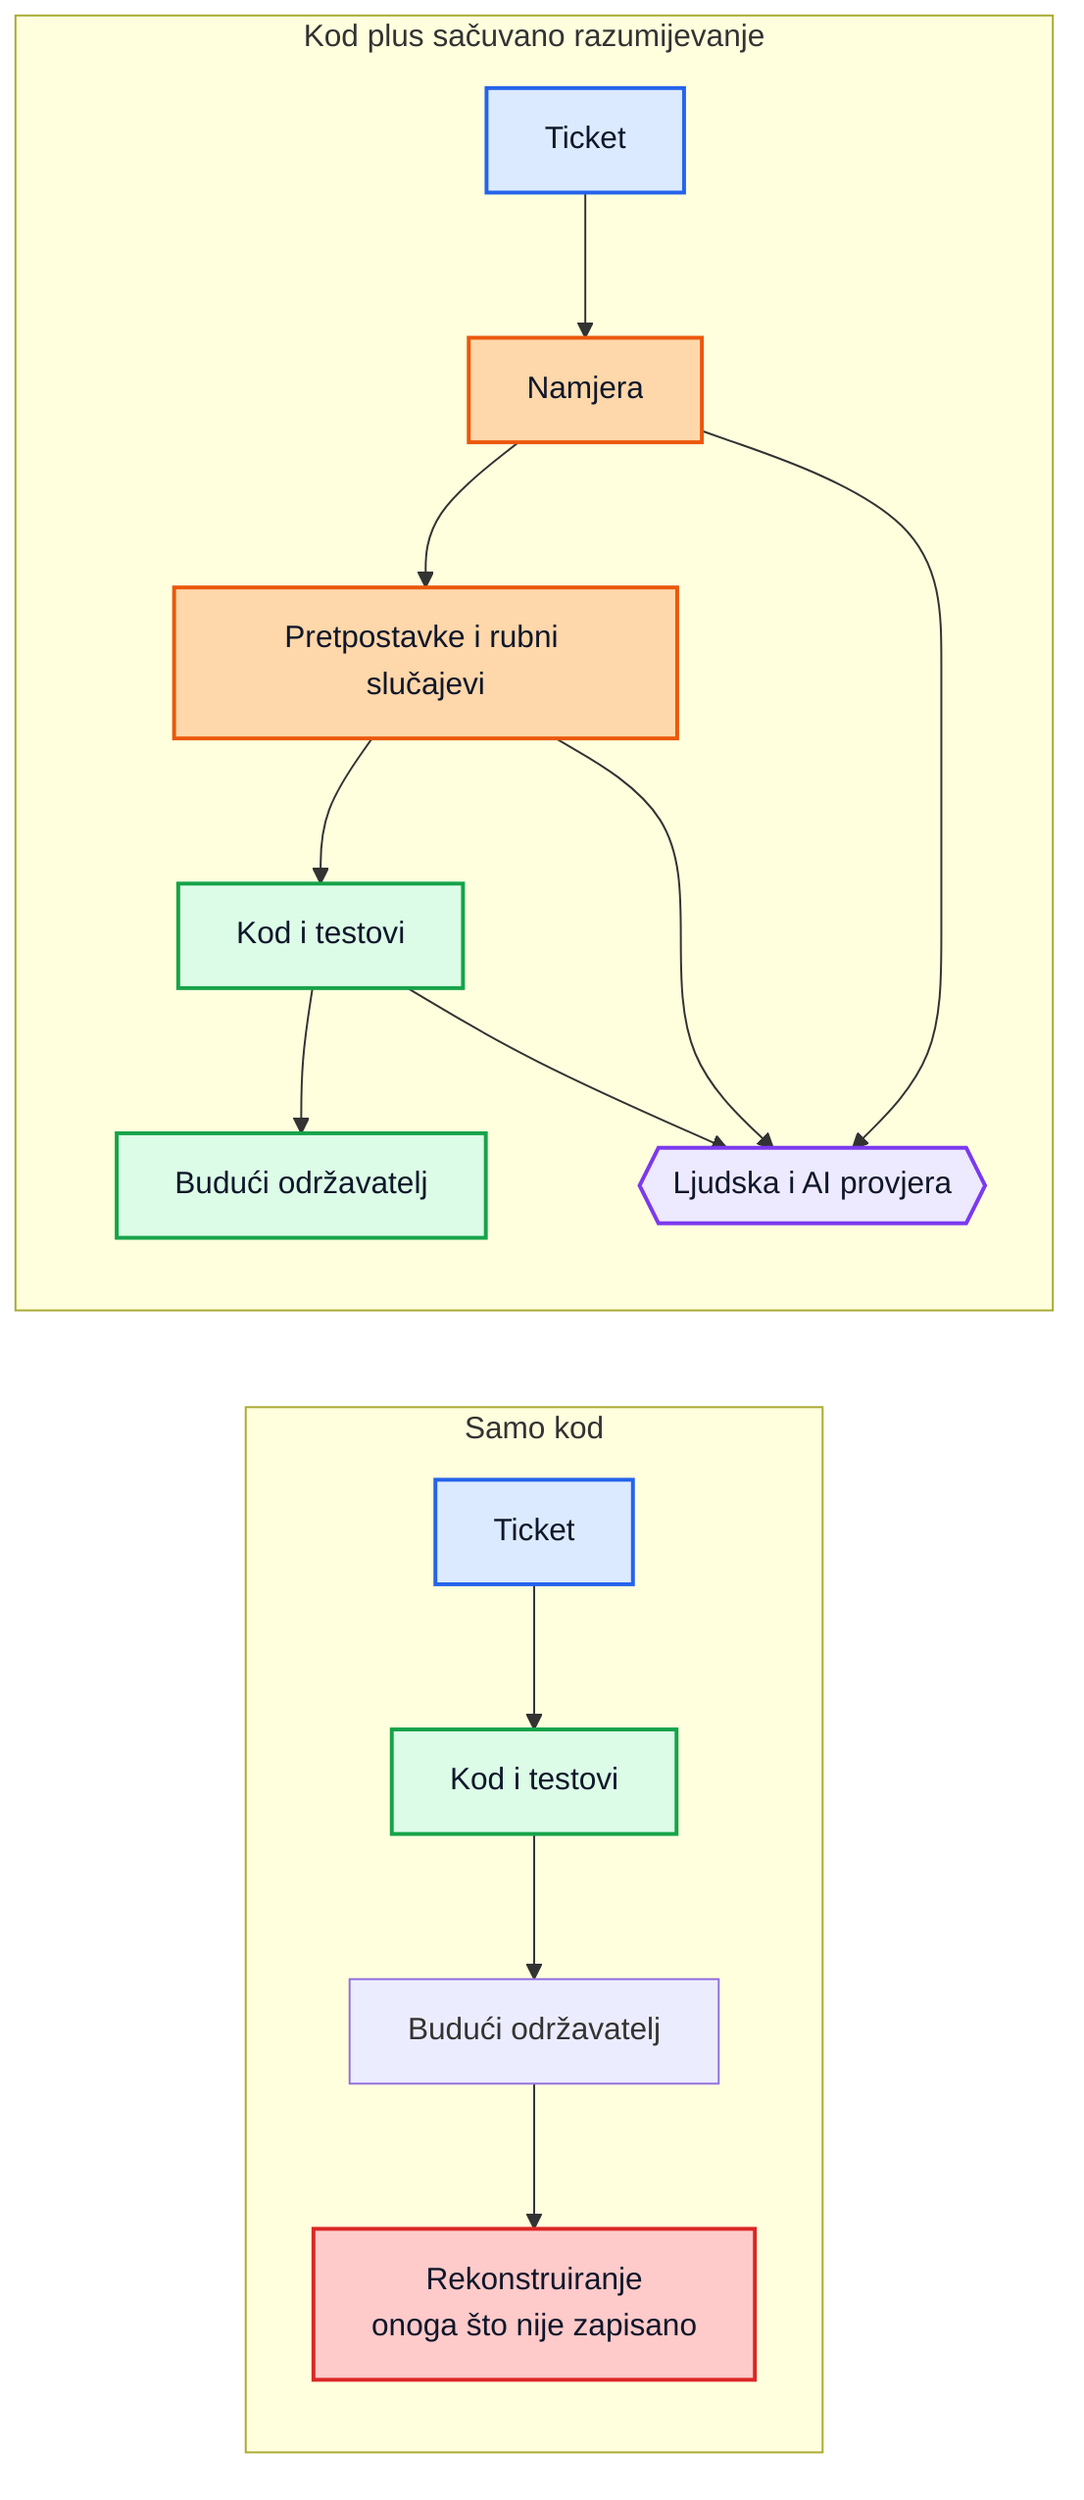
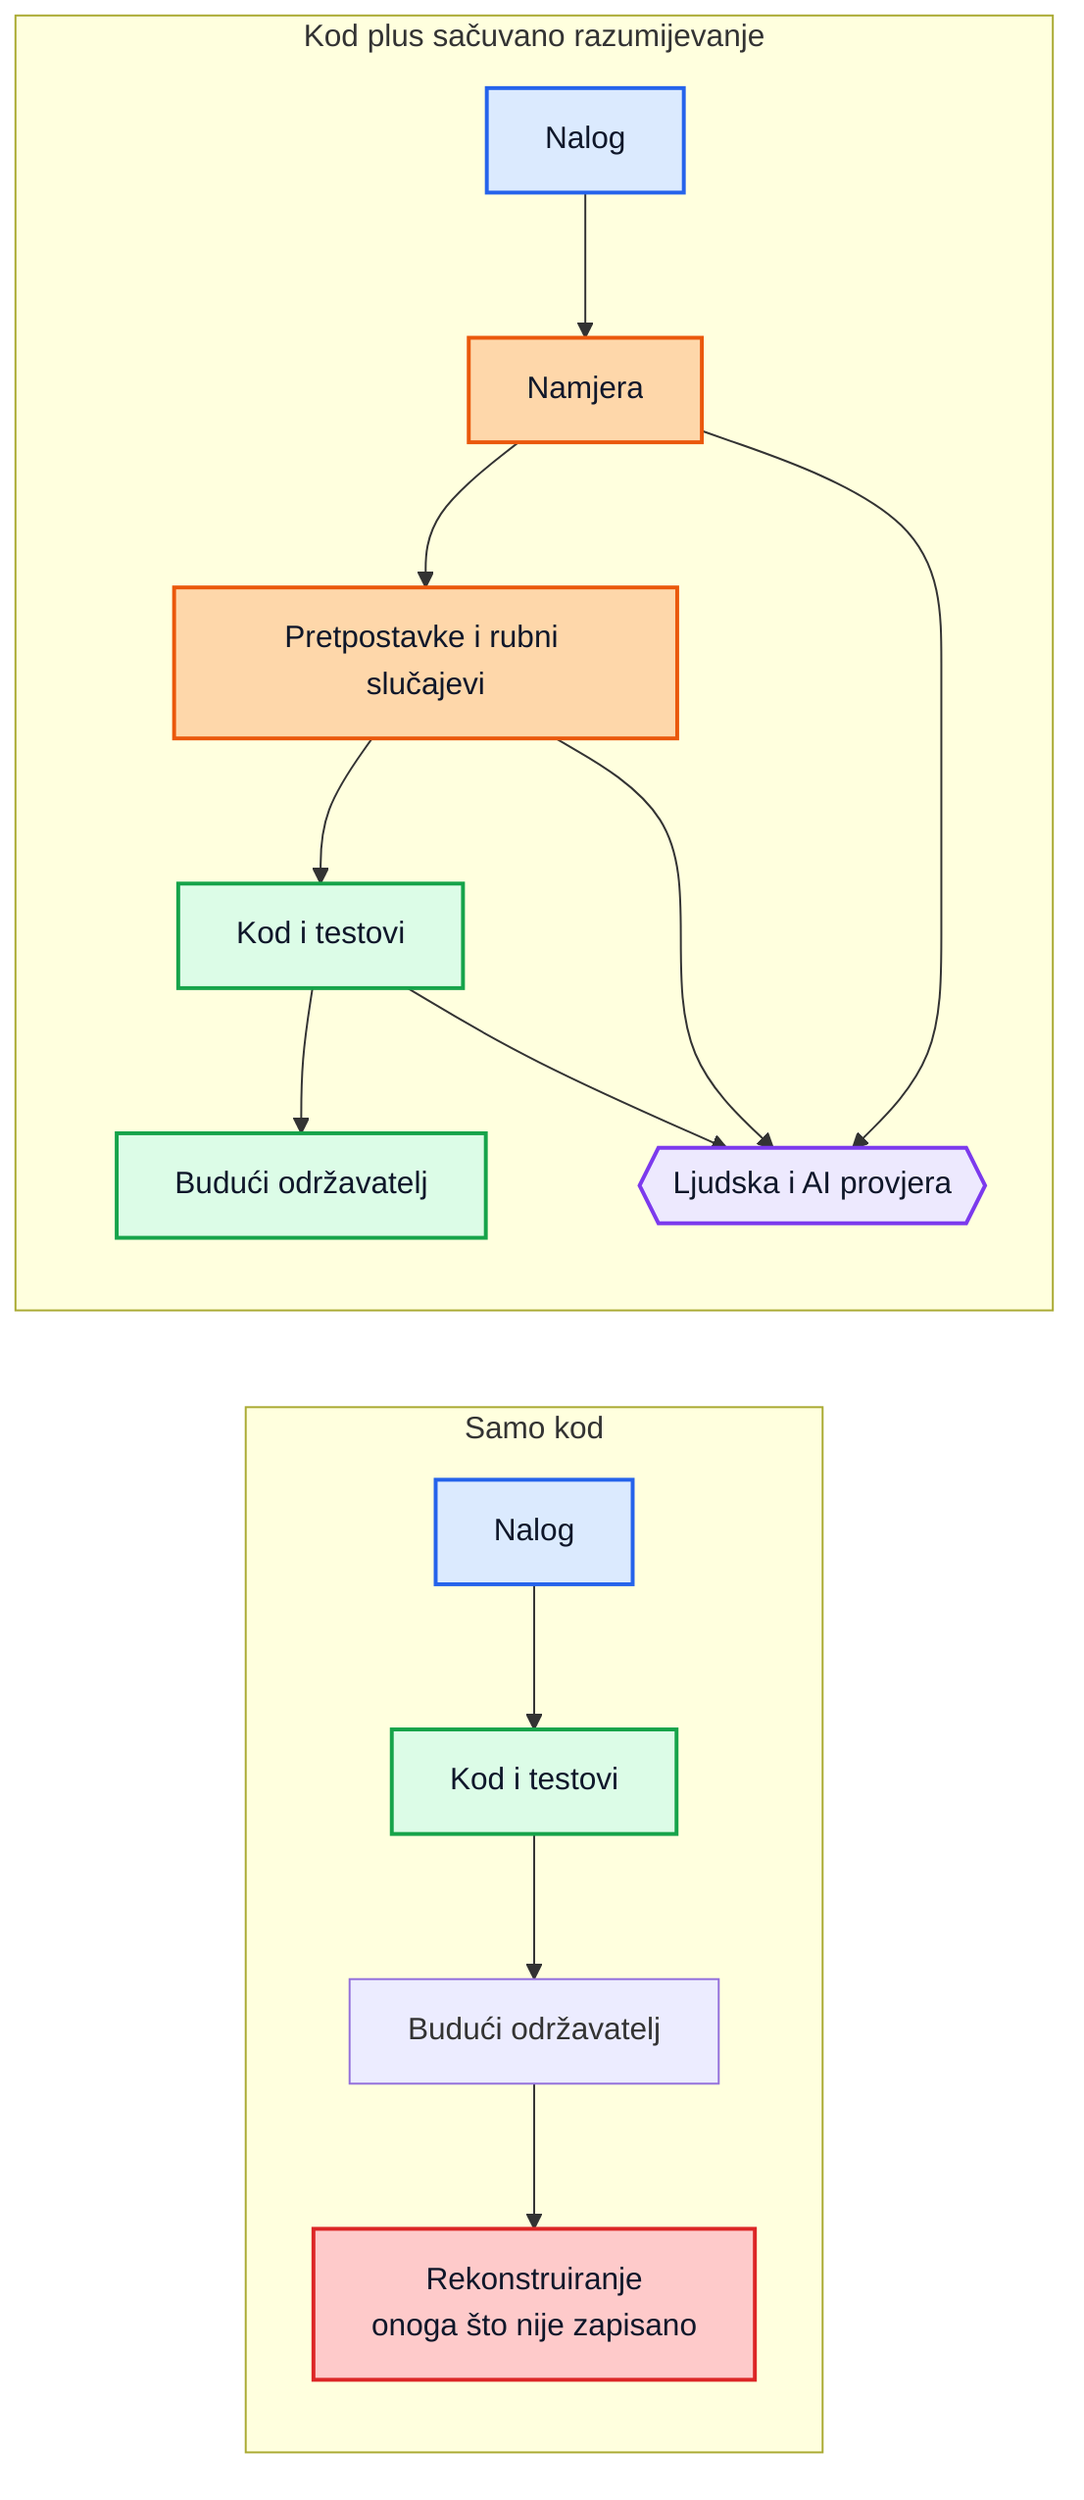
%% Blue = specification or source of truth.
%% Orange = inferred intent and preserved understanding.
%% Green = implementation artifacts.
%% Purple = review and validation loops.
%% Red = maintainability risk.
%% Mermaid source is authoritative. Render with htmlLabels: false via tools/mermaid-render-config.json.
flowchart LR
    subgraph LEFT[Samo kod]
-         LSPEC[Ticket]
+         LSPEC[Nalog]
        LCODE[Kod i testovi]
        LMAINT[Budući održavatelj]
        LRISK[Rekonstruiranje\nonoga što nije zapisano]

        LSPEC --> LCODE --> LMAINT --> LRISK
    end

    subgraph RIGHT[Kod plus sačuvano razumijevanje]
-         RSPEC[Ticket]
+         RSPEC[Nalog]
        RINTENT[Namjera]
        RASSUME[Pretpostavke i rubni slučajevi]
        RCODE[Kod i testovi]
        RREVIEW{{Ljudska i AI provjera}}
        RMAINT[Budući održavatelj]

        RSPEC --> RINTENT --> RASSUME --> RCODE --> RMAINT
        RINTENT --> RREVIEW
        RASSUME --> RREVIEW
        RCODE --> RREVIEW
    end

    classDef source fill:#dbeafe,stroke:#2563eb,stroke-width:2px,color:#0f172a;
    classDef understanding fill:#fed7aa,stroke:#ea580c,stroke-width:2px,color:#0f172a;
    classDef implementation fill:#dcfce7,stroke:#16a34a,stroke-width:2px,color:#0f172a;
    classDef review fill:#ede9fe,stroke:#7c3aed,stroke-width:2px,color:#0f172a;
    classDef risk fill:#fecaca,stroke:#dc2626,stroke-width:2px,color:#0f172a;

    class LSPEC,RSPEC source;
    class RINTENT,RASSUME understanding;
    class LCODE,RCODE,RMAINT implementation;
    class RREVIEW review;
    class LRISK risk;
